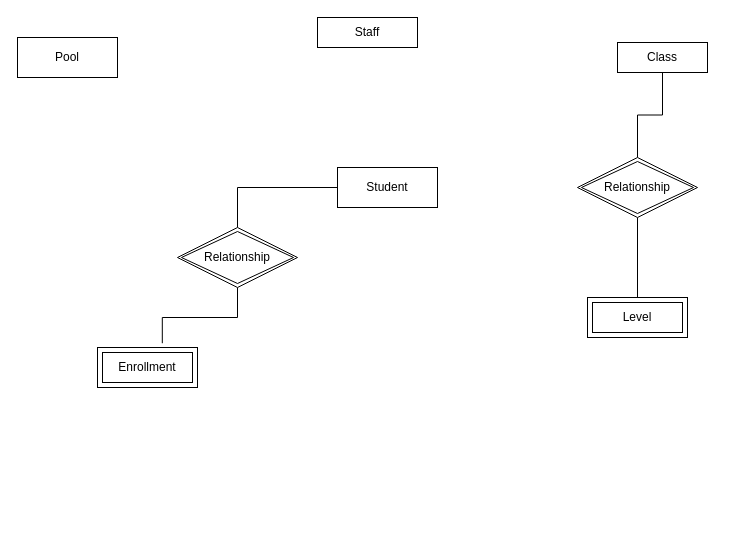
Before: 3.5 Q2 ER Diagram.drawio in ImaDeSara/ImaDeSara, a draw.io diagram. Source tidied: cells renumbered, new cells numbered last; positions are measured from the earlier drawing's top-left corner, leaving out a move shared by most shapes. Both pictures are drawn from the tidied source at 100%, with x=0, y=0 at pixel (17, 17).
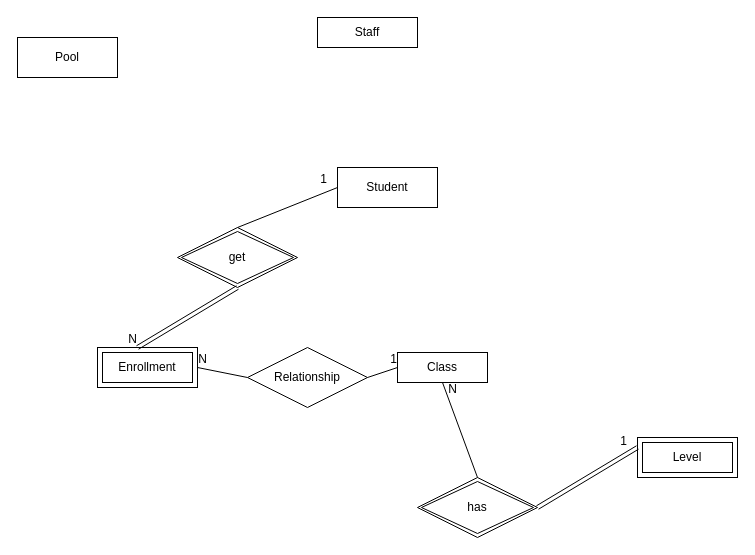
After the change.

Unchanged cells that the change refers to:
```xml
<mxCell id="7" value="Student" style="rounded=0;whiteSpace=wrap;html=1;" parent="1" vertex="1">
  <mxGeometry x="320" y="150" width="100" height="40" as="geometry" />
</mxCell>
<mxCell id="8" value="Enrollment" style="shape=ext;margin=3;double=1;whiteSpace=wrap;html=1;align=center;" parent="1" vertex="1">
  <mxGeometry x="80" y="330" width="100" height="40" as="geometry" />
</mxCell>
```

What changed in the source:
```diff
@@
-    <mxCell id="2" style="edgeStyle=orthogonalEdgeStyle;rounded=0;jettySize=auto;html=1;endArrow=none;endFill=0;" parent="1" edge="1" source="3" target="11">
-      <mxGeometry relative="1" as="geometry" />
-    </mxCell>
     <mxCell id="3" value="Class" style="rounded=0;whiteSpace=wrap;html=1;" parent="1" vertex="1">
-      <mxGeometry x="600" y="25" width="90" height="30" as="geometry" />
+      <mxGeometry x="380" y="335" width="90" height="30" as="geometry" />
     </mxCell>
@@
-    <mxCell id="6" style="edgeStyle=orthogonalEdgeStyle;rounded=0;jettySize=auto;html=1;endArrow=none;endFill=0;" parent="1" edge="1" source="7" target="13">
-      <mxGeometry relative="1" as="geometry" />
-    </mxCell>
@@
     <mxCell id="9" value="Level" style="shape=ext;margin=3;double=1;whiteSpace=wrap;html=1;align=center;" parent="1" vertex="1">
-      <mxGeometry x="570" y="280" width="100" height="40" as="geometry" />
+      <mxGeometry x="620" y="420" width="100" height="40" as="geometry" />
     </mxCell>
+    <mxCell id="11" value="has" style="shape=rhombus;double=1;perimeter=rhombusPerimeter;whiteSpace=wrap;html=1;align=center;" parent="1" vertex="1">
+      <mxGeometry x="400" y="460" width="120" height="60" as="geometry" />
+    </mxCell>
+    <mxCell id="13" value="get" style="shape=rhombus;double=1;perimeter=rhombusPerimeter;whiteSpace=wrap;html=1;align=center;" parent="1" vertex="1">
+      <mxGeometry x="160" y="210" width="120" height="60" as="geometry" />
+    </mxCell>
-    <mxCell id="10" style="edgeStyle=orthogonalEdgeStyle;rounded=0;jettySize=auto;html=1;entryX=0.5;entryY=0;entryDx=0;entryDy=0;endArrow=none;endFill=0;" parent="1" edge="1" source="11" target="9">
+    <mxCell id="10" style="shape=link;html=1;rounded=0;endArrow=none;endFill=0;entryX=0;entryY=0.25;entryDx=0;entryDy=0;exitX=1;exitY=0.5;exitDx=0;exitDy=0;" parent="1" edge="1" source="11" target="9">
       <mxGeometry relative="1" as="geometry" />
     </mxCell>
-    <mxCell id="11" value="Relationship" style="shape=rhombus;double=1;perimeter=rhombusPerimeter;whiteSpace=wrap;html=1;align=center;" parent="1" vertex="1">
-      <mxGeometry x="560" y="140" width="120" height="60" as="geometry" />
-    </mxCell>
+    <mxCell id="14" value="1" style="html=1;align=right;verticalAlign=bottom;" parent="10" vertex="1">
+      <mxGeometry x="1" relative="1" as="geometry">
+        <mxPoint x="-10" y="2" as="offset" />
+      </mxGeometry>
+    </mxCell>
-    <mxCell id="12" style="edgeStyle=orthogonalEdgeStyle;rounded=0;jettySize=auto;html=1;entryX=0.648;entryY=-0.107;entryDx=0;entryDy=0;entryPerimeter=0;endArrow=none;endFill=0;" parent="1" edge="1" source="13" target="8">
+    <mxCell id="12" style="shape=link;html=1;rounded=0;endArrow=none;endFill=0;entryX=0.4;entryY=0;entryDx=0;entryDy=0;entryPerimeter=0;exitX=0.5;exitY=1;exitDx=0;exitDy=0;" parent="1" edge="1" source="13" target="8">
       <mxGeometry relative="1" as="geometry" />
     </mxCell>
-    <mxCell id="13" value="Relationship" style="shape=rhombus;double=1;perimeter=rhombusPerimeter;whiteSpace=wrap;html=1;align=center;" parent="1" vertex="1">
-      <mxGeometry x="160" y="210" width="120" height="60" as="geometry" />
-    </mxCell>
+    <mxCell id="15" value="N" style="html=1;align=right;verticalAlign=bottom;" parent="12" vertex="1">
+      <mxGeometry x="1" relative="1" as="geometry" />
+    </mxCell>
+    <mxCell id="16" style="endArrow=none;html=1;rounded=0;entryX=0;entryY=0.5;entryDx=0;entryDy=0;exitX=0.5;exitY=0;exitDx=0;exitDy=0;" parent="1" edge="1" source="13" target="7">
+      <mxGeometry relative="1" as="geometry" />
+    </mxCell>
+    <mxCell id="17" value="1" style="html=1;align=right;verticalAlign=bottom;" parent="16" vertex="1">
+      <mxGeometry x="1" relative="1" as="geometry">
+        <mxPoint x="-10" as="offset" />
+      </mxGeometry>
+    </mxCell>
+    <mxCell id="18" style="endArrow=none;html=1;rounded=0;entryX=0.5;entryY=1;entryDx=0;entryDy=0;exitX=0.5;exitY=0;exitDx=0;exitDy=0;" parent="1" edge="1" source="11" target="3">
+      <mxGeometry relative="1" as="geometry" />
+    </mxCell>
+    <mxCell id="19" value="N" style="html=1;align=right;verticalAlign=bottom;" parent="18" vertex="1">
+      <mxGeometry x="1" relative="1" as="geometry">
+        <mxPoint x="15" y="15" as="offset" />
+      </mxGeometry>
+    </mxCell>
+    <mxCell id="20" value="Relationship" style="shape=rhombus;perimeter=rhombusPerimeter;whiteSpace=wrap;html=1;align=center;" parent="1" vertex="1">
+      <mxGeometry x="230" y="330" width="120" height="60" as="geometry" />
+    </mxCell>
+    <mxCell id="21" style="endArrow=none;html=1;rounded=0;entryX=0;entryY=0.5;entryDx=0;entryDy=0;exitX=1;exitY=0.5;exitDx=0;exitDy=0;" parent="1" edge="1" source="20" target="3">
+      <mxGeometry relative="1" as="geometry" />
+    </mxCell>
+    <mxCell id="22" value="1" style="html=1;align=right;verticalAlign=bottom;" parent="21" vertex="1">
+      <mxGeometry x="1" relative="1" as="geometry" />
+    </mxCell>
+    <mxCell id="23" style="endArrow=none;html=1;rounded=0;entryX=1;entryY=0.5;entryDx=0;entryDy=0;" parent="1" edge="1" target="8">
+      <mxGeometry relative="1" as="geometry">
+        <mxPoint x="230" y="360" as="sourcePoint" />
+      </mxGeometry>
+    </mxCell>
+    <mxCell id="24" value="N" style="html=1;align=right;verticalAlign=bottom;" parent="23" vertex="1">
+      <mxGeometry x="1" relative="1" as="geometry">
+        <mxPoint x="10" as="offset" />
+      </mxGeometry>
+    </mxCell>
```
